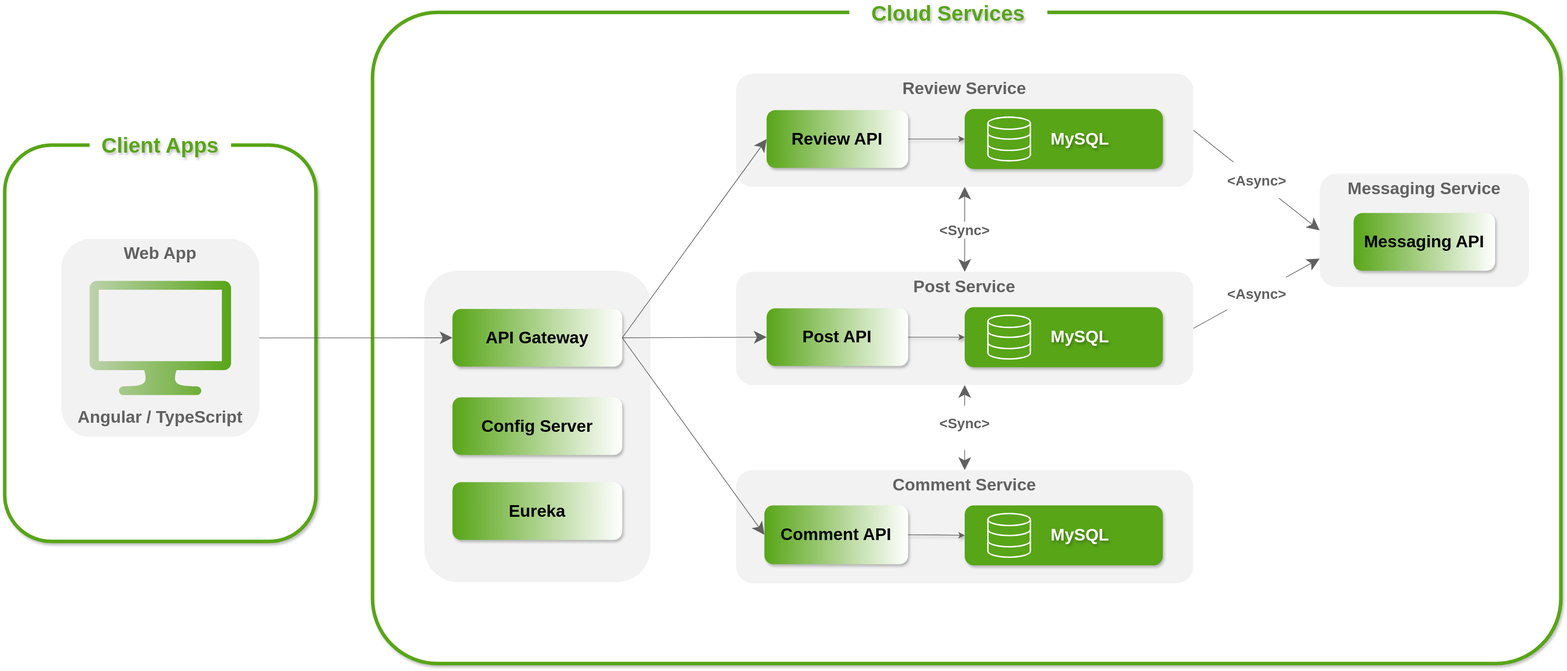
The draw.io diagram architecture/architecture.drawio.svg in pxlit-projects/project-Su-zenGeurtsPXL-1, before a commit. Source tidied: cells renumbered, new cells last; positions are measured from the earlier drawing's top-left corner, leaving out a move shared by most shapes.
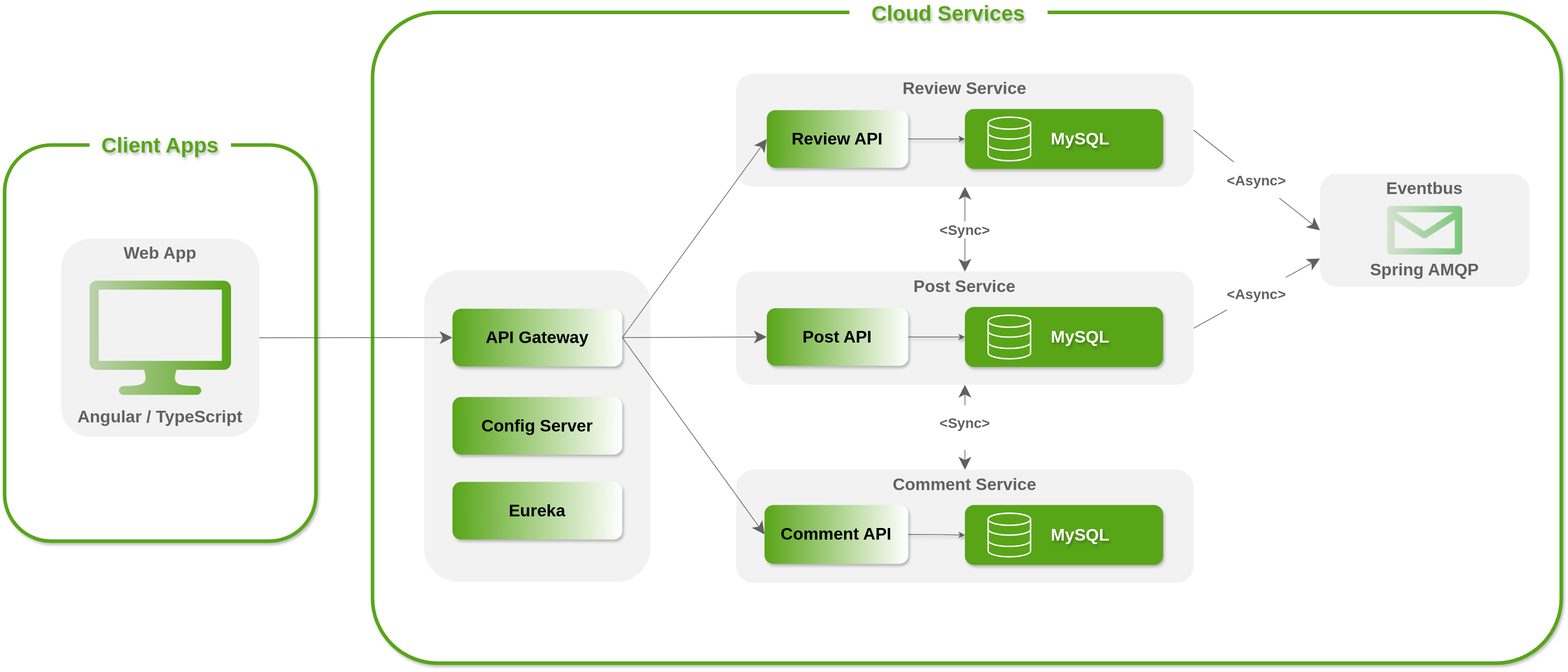
After the change.

Commit message:
[SETUP] Updated architecture

Updated event  bus

What changed in the source:
```diff
@@ -74,12 +74,9 @@
     <mxCell id="25" value="&#10;&lt;span style=&quot;color: rgb(97, 97, 97); font-family: Helvetica; font-size: 20px; font-style: normal; font-variant-ligatures: normal; font-variant-caps: normal; font-weight: 700; letter-spacing: normal; orphans: 2; text-align: center; text-indent: 0px; text-transform: none; widows: 2; word-spacing: 0px; -webkit-text-stroke-width: 0px; white-space: nowrap; background-color: rgb(255, 255, 255); text-decoration-thickness: initial; text-decoration-style: initial; text-decoration-color: initial; display: inline !important; float: none;&quot;&gt;&amp;lt;Sync&amp;gt;&lt;/span&gt;&#10;&#10;" style="rounded=0;jettySize=auto;html=1;startArrow=classic;startFill=1;endArrow=classic;endFill=1;endSize=15;startSize=15;strokeColor=#616161;entryX=0.5;entryY=0;entryDx=0;entryDy=0;exitX=0.5;exitY=1;exitDx=0;exitDy=0;" parent="1" edge="1" source="16" target="20">
       <mxGeometry relative="1" as="geometry" />
     </mxCell>
-    <mxCell id="26" value="Messaging Service" style="rounded=1;whiteSpace=wrap;html=1;strokeColor=none;fillColor=#f2f2f2;verticalAlign=top;fontStyle=1;fontColor=#616161;fontSize=24;align=center;" parent="1" vertex="1">
+    <mxCell id="26" value="Eventbus" style="rounded=1;whiteSpace=wrap;html=1;strokeColor=none;fillColor=#f2f2f2;verticalAlign=top;fontStyle=1;fontColor=#616161;fontSize=24;align=center;" parent="1" vertex="1">
       <mxGeometry x="1859" y="242" width="296" height="160" as="geometry" />
     </mxCell>
-    <mxCell id="27" value="&lt;b style=&quot;font-size: 24px;&quot;&gt;&lt;font style=&quot;font-size: 24px;&quot;&gt;Messaging API&lt;/font&gt;&lt;/b&gt;" style="text;html=1;align=center;verticalAlign=middle;whiteSpace=wrap;rounded=1;fillColor=default;shadow=1;glass=0;fillStyle=auto;gradientColor=#58A518;gradientDirection=west;fontColor=default;strokeColor=none;fontSize=24;" parent="1" vertex="1">
-      <mxGeometry x="1907" y="297.5" width="200" height="81.5" as="geometry" />
-    </mxCell>
     <mxCell id="28" value="&lt;br&gt;&lt;span style=&quot;color: rgb(97, 97, 97); font-family: Helvetica; font-size: 20px; font-style: normal; font-variant-ligatures: normal; font-variant-caps: normal; font-weight: 700; letter-spacing: normal; orphans: 2; text-align: center; text-indent: 0px; text-transform: none; widows: 2; word-spacing: 0px; -webkit-text-stroke-width: 0px; white-space: nowrap; background-color: rgb(255, 255, 255); text-decoration-thickness: initial; text-decoration-style: initial; text-decoration-color: initial; display: inline !important; float: none;&quot;&gt;&amp;lt;Async&amp;gt;&lt;/span&gt;&lt;div&gt;&lt;br/&gt;&lt;/div&gt;" style="rounded=0;jettySize=auto;html=1;startArrow=classic;startFill=1;endArrow=none;endFill=0;endSize=15;startSize=15;strokeColor=#616161;entryX=1;entryY=0.5;entryDx=0;entryDy=0;exitX=0;exitY=0.5;exitDx=0;exitDy=0;" parent="1" edge="1" source="26" target="12">
       <mxGeometry relative="1" as="geometry" />
     </mxCell>
@@ -110,5 +107,11 @@
     <mxCell id="37" value="&lt;br&gt;&lt;span style=&quot;color: rgb(97, 97, 97); font-family: Helvetica; font-size: 20px; font-style: normal; font-variant-ligatures: normal; font-variant-caps: normal; font-weight: 700; letter-spacing: normal; orphans: 2; text-align: center; text-indent: 0px; text-transform: none; widows: 2; word-spacing: 0px; -webkit-text-stroke-width: 0px; white-space: nowrap; background-color: rgb(255, 255, 255); text-decoration-thickness: initial; text-decoration-style: initial; text-decoration-color: initial; display: inline !important; float: none;&quot;&gt;&amp;lt;Async&amp;gt;&lt;/span&gt;&lt;div&gt;&lt;br/&gt;&lt;/div&gt;" style="rounded=0;jettySize=auto;html=1;startArrow=classic;startFill=1;endArrow=none;endFill=0;endSize=15;startSize=15;strokeColor=#616161;entryX=1;entryY=0.5;entryDx=0;entryDy=0;exitX=0;exitY=0.75;exitDx=0;exitDy=0;" parent="1" edge="1" source="26" target="16">
       <mxGeometry relative="1" as="geometry" />
     </mxCell>
+    <mxCell id="38" value="Spring AMQP" style="text;html=1;align=center;verticalAlign=middle;whiteSpace=wrap;rounded=0;fontSize=24;fontStyle=1;fontColor=#616161;" parent="1" vertex="1">
+      <mxGeometry x="1882" y="363.3" width="250" height="30" as="geometry" />
+    </mxCell>
+    <mxCell id="39" style="verticalLabelPosition=bottom;html=1;verticalAlign=top;align=center;strokeColor=none;fillColor=#009900;shape=mxgraph.azure.message;gradientColor=#BDD2AC;gradientDirection=west;" parent="1" vertex="1">
+      <mxGeometry x="1953.5" y="287.6" width="107" height="68.8" as="geometry" />
+    </mxCell>
   </root>
 </mxGraphModel>
```
